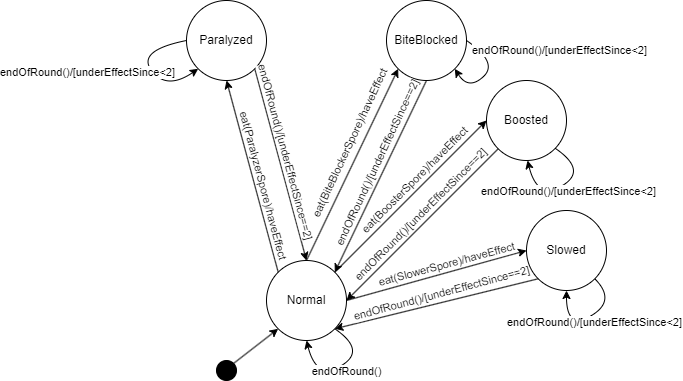
Above: UML/reszletes tervek state machinek/Bug statemachine.png in Darknet500/Pandora-Fungis (draw.io), before the change. Source tidied: cells renumbered, new cells last; positions are measured from the earlier drawing's top-left corner, leaving out a move shared by most shapes.
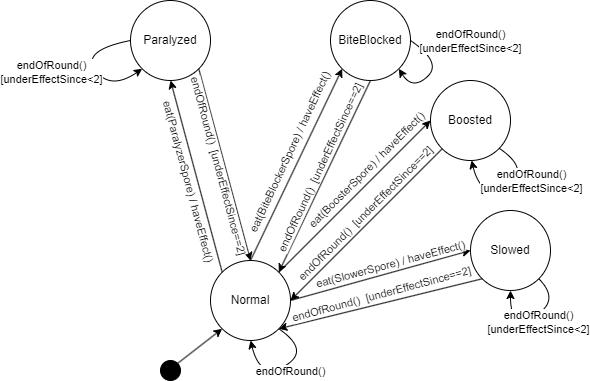
After the commit.

The edit, as a diff of the source:
```diff
@@ -20,17 +20,17 @@
     <mxCell id="7" style="endArrow=classic;html=1;rounded=0;exitX=0;exitY=0;exitDx=0;exitDy=0;entryX=0.5;entryY=1;entryDx=0;entryDy=0;" parent="1" edge="1" source="3" target="4">
       <mxGeometry relative="1" as="geometry" />
     </mxCell>
-    <mxCell id="8" value="eat(ParalyzerSpore)/haveEffect" style="edgeLabel;html=1;align=center;verticalAlign=middle;rotation=75;" parent="7" vertex="1">
+    <mxCell id="8" value="eat(ParalyzerSpore) / haveEffect()" style="edgeLabel;html=1;align=center;verticalAlign=middle;rotation=75;" parent="7" vertex="1">
       <mxGeometry x="-0.06" y="-2" relative="1" as="geometry">
-        <mxPoint x="8" y="3" as="offset" />
+        <mxPoint x="-11" y="-1" as="offset" />
       </mxGeometry>
     </mxCell>
     <mxCell id="9" style="endArrow=classic;html=1;rounded=0;exitX=1;exitY=1;exitDx=0;exitDy=0;entryX=0.5;entryY=0;entryDx=0;entryDy=0;" parent="1" edge="1" source="4" target="3">
       <mxGeometry relative="1" as="geometry" />
     </mxCell>
-    <mxCell id="10" value="endOfRound()/[underEffectSince==2]" style="edgeLabel;html=1;align=center;verticalAlign=middle;rotation=75;" parent="9" vertex="1">
+    <mxCell id="10" value="endOfRound()&amp;nbsp; [underEffectSince==2]" style="edgeLabel;html=1;align=center;verticalAlign=middle;rotation=75;" parent="9" vertex="1">
       <mxGeometry x="-0.26" y="4" relative="1" as="geometry">
-        <mxPoint x="8" y="13" as="offset" />
+        <mxPoint x="-3" y="27" as="offset" />
       </mxGeometry>
     </mxCell>
     <mxCell id="11" style="curved=1;endArrow=classic;html=1;rounded=0;entryX=0.5;entryY=1;entryDx=0;entryDy=0;exitX=1;exitY=1;exitDx=0;exitDy=0;" parent="1" edge="1" source="3" target="3">
@@ -49,17 +49,17 @@
     <mxCell id="13" style="endArrow=classic;html=1;rounded=0;exitX=0.5;exitY=0;exitDx=0;exitDy=0;entryX=0;entryY=1;entryDx=0;entryDy=0;" parent="1" edge="1" source="3" target="5">
       <mxGeometry relative="1" as="geometry" />
     </mxCell>
-    <mxCell id="14" value="eat(BiteBlockerSpore)/haveEffect" style="edgeLabel;html=1;align=center;verticalAlign=middle;rotation=-65;" parent="13" vertex="1">
+    <mxCell id="14" value="eat(BiteBlockerSpore) /&amp;nbsp;haveEffect()" style="edgeLabel;html=1;align=center;verticalAlign=middle;rotation=-65;" parent="13" vertex="1">
       <mxGeometry x="-0.06" y="-2" relative="1" as="geometry">
-        <mxPoint x="-2" y="-27" as="offset" />
+        <mxPoint x="-6" y="-18" as="offset" />
       </mxGeometry>
     </mxCell>
     <mxCell id="15" style="endArrow=classic;html=1;rounded=0;exitX=0.5;exitY=1;exitDx=0;exitDy=0;entryX=1;entryY=0;entryDx=0;entryDy=0;" parent="1" edge="1" source="5" target="3">
       <mxGeometry relative="1" as="geometry" />
     </mxCell>
-    <mxCell id="16" value="endOfRound()/[underEffectSince==2]" style="edgeLabel;html=1;align=center;verticalAlign=middle;rotation=-65;" parent="15" vertex="1">
+    <mxCell id="16" value="endOfRound()&amp;nbsp; [underEffectSince==2]" style="edgeLabel;html=1;align=center;verticalAlign=middle;rotation=-65;" parent="15" vertex="1">
       <mxGeometry x="-0.26" y="4" relative="1" as="geometry">
-        <mxPoint x="-20" y="11" as="offset" />
+        <mxPoint x="-21" y="16" as="offset" />
       </mxGeometry>
     </mxCell>
     <mxCell id="17" value="Boosted" style="ellipse;whiteSpace=wrap;html=1;" parent="1" vertex="1">
@@ -68,9 +68,9 @@
     <mxCell id="18" style="endArrow=classic;html=1;rounded=0;exitX=1;exitY=0;exitDx=0;exitDy=0;entryX=0;entryY=0.5;entryDx=0;entryDy=0;" parent="1" edge="1" source="3" target="17">
       <mxGeometry relative="1" as="geometry" />
     </mxCell>
-    <mxCell id="19" value="eat(BoosterSpore)/haveEffect" style="edgeLabel;html=1;align=center;verticalAlign=middle;rotation=-45;" parent="18" vertex="1">
+    <mxCell id="19" value="eat(BoosterSpore) / haveEffect()" style="edgeLabel;html=1;align=center;verticalAlign=middle;rotation=-45;" parent="18" vertex="1">
       <mxGeometry x="-0.06" y="-2" relative="1" as="geometry">
-        <mxPoint x="6" y="-22" as="offset" />
+        <mxPoint x="14" y="-32" as="offset" />
       </mxGeometry>
     </mxCell>
     <mxCell id="20" style="endArrow=classic;html=1;rounded=0;exitX=0;exitY=1;exitDx=0;exitDy=0;" parent="1" edge="1" source="17">
@@ -78,9 +78,9 @@
         <mxPoint x="210" y="300" as="targetPoint" />
       </mxGeometry>
     </mxCell>
-    <mxCell id="21" value="endOfRound()/[underEffectSince==2]" style="edgeLabel;html=1;align=center;verticalAlign=middle;rotation=-45;" parent="20" vertex="1">
+    <mxCell id="21" value="endOfRound()&amp;nbsp; [underEffectSince==2]" style="edgeLabel;html=1;align=center;verticalAlign=middle;rotation=-45;" parent="20" vertex="1">
       <mxGeometry x="-0.26" y="4" relative="1" as="geometry">
-        <mxPoint x="-25" y="7" as="offset" />
+        <mxPoint x="-24" y="6" as="offset" />
       </mxGeometry>
     </mxCell>
     <mxCell id="22" value="Slowed" style="ellipse;whiteSpace=wrap;html=1;" parent="1" vertex="1">
@@ -89,7 +89,7 @@
     <mxCell id="23" style="endArrow=classic;html=1;rounded=0;exitX=1;exitY=0.5;exitDx=0;exitDy=0;entryX=0;entryY=0.5;entryDx=0;entryDy=0;" parent="1" edge="1" source="3" target="22">
       <mxGeometry relative="1" as="geometry" />
     </mxCell>
-    <mxCell id="24" value="eat(SlowerSpore)/haveEffect" style="edgeLabel;html=1;align=center;verticalAlign=middle;rotation=-15;" parent="23" vertex="1">
+    <mxCell id="24" value="eat(SlowerSpore) / haveEffect()" style="edgeLabel;html=1;align=center;verticalAlign=middle;rotation=-15;" parent="23" vertex="1">
       <mxGeometry x="-0.06" y="-2" relative="1" as="geometry">
         <mxPoint x="14" y="-15" as="offset" />
       </mxGeometry>
@@ -97,9 +97,9 @@
     <mxCell id="25" style="endArrow=classic;html=1;rounded=0;exitX=0;exitY=1;exitDx=0;exitDy=0;entryX=1;entryY=1;entryDx=0;entryDy=0;" parent="1" edge="1" source="22" target="3">
       <mxGeometry relative="1" as="geometry" />
     </mxCell>
-    <mxCell id="26" value="endOfRound()/[underEffectSince==2]" style="edgeLabel;html=1;align=center;verticalAlign=middle;rotation=-15;" parent="25" vertex="1">
+    <mxCell id="26" value="endOfRound()&amp;nbsp; [underEffectSince==2]" style="edgeLabel;html=1;align=center;verticalAlign=middle;rotation=-15;" parent="25" vertex="1">
       <mxGeometry x="-0.26" y="4" relative="1" as="geometry">
-        <mxPoint x="-24" y="-8" as="offset" />
+        <mxPoint x="-28" y="-7" as="offset" />
       </mxGeometry>
     </mxCell>
     <mxCell id="27" style="curved=1;endArrow=classic;html=1;rounded=0;entryX=0.5;entryY=1;entryDx=0;entryDy=0;exitX=1;exitY=1;exitDx=0;exitDy=0;" parent="1" edge="1" source="22" target="22">
@@ -110,7 +110,7 @@
         </Array>
       </mxGeometry>
     </mxCell>
-    <mxCell id="28" value="endOfRound()/[underEffectSince&amp;lt;2]" style="edgeLabel;html=1;align=center;verticalAlign=middle;" parent="27" vertex="1">
+    <mxCell id="28" value="endOfRound()&lt;br&gt;[underEffectSince&amp;lt;2]" style="edgeLabel;html=1;align=center;verticalAlign=middle;" parent="27" vertex="1">
       <mxGeometry x="0.1" relative="1" as="geometry">
         <mxPoint x="12" y="1" as="offset" />
       </mxGeometry>
@@ -125,9 +125,9 @@
         </Array>
       </mxGeometry>
     </mxCell>
-    <mxCell id="30" value="endOfRound()/[underEffectSince&amp;lt;2]" style="edgeLabel;html=1;align=center;verticalAlign=middle;" parent="29" vertex="1">
+    <mxCell id="30" value="endOfRound()&lt;br&gt;[underEffectSince&amp;lt;2]" style="edgeLabel;html=1;align=center;verticalAlign=middle;" parent="29" vertex="1">
       <mxGeometry x="0.1" relative="1" as="geometry">
-        <mxPoint x="12" y="1" as="offset" />
+        <mxPoint x="31" y="-9" as="offset" />
       </mxGeometry>
     </mxCell>
     <mxCell id="31" style="curved=1;endArrow=classic;html=1;rounded=0;entryX=1;entryY=1;entryDx=0;entryDy=0;exitX=1;exitY=1;exitDx=0;exitDy=0;" parent="1" edge="1" target="5">
@@ -139,9 +139,9 @@
         </Array>
       </mxGeometry>
     </mxCell>
-    <mxCell id="32" value="endOfRound()/[underEffectSince&amp;lt;2]" style="edgeLabel;html=1;align=center;verticalAlign=middle;" parent="31" vertex="1">
+    <mxCell id="32" value="endOfRound()&lt;br&gt;[underEffectSince&amp;lt;2]" style="edgeLabel;html=1;align=center;verticalAlign=middle;" parent="31" vertex="1">
       <mxGeometry x="0.1" relative="1" as="geometry">
-        <mxPoint x="75" y="-26" as="offset" />
+        <mxPoint x="42" y="-35" as="offset" />
       </mxGeometry>
     </mxCell>
     <mxCell id="33" style="curved=1;endArrow=classic;html=1;rounded=0;entryX=0;entryY=1;entryDx=0;entryDy=0;exitX=0;exitY=0.5;exitDx=0;exitDy=0;" parent="1" edge="1" source="4" target="4">
@@ -152,9 +152,9 @@
         </Array>
       </mxGeometry>
     </mxCell>
-    <mxCell id="34" value="endOfRound()/[underEffectSince&amp;lt;2]" style="edgeLabel;html=1;align=center;verticalAlign=middle;" parent="33" vertex="1">
+    <mxCell id="34" value="endOfRound()&lt;br&gt;[underEffectSince&amp;lt;2]" style="edgeLabel;html=1;align=center;verticalAlign=middle;" parent="33" vertex="1">
       <mxGeometry x="0.1" relative="1" as="geometry">
-        <mxPoint x="-65" y="1" as="offset" />
+        <mxPoint x="-45" y="1" as="offset" />
       </mxGeometry>
     </mxCell>
   </root>
```
